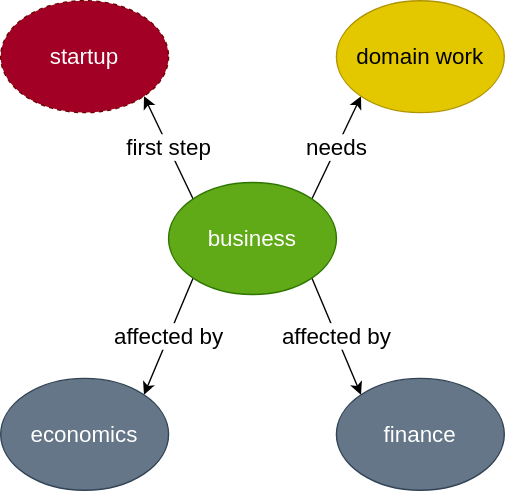
Before: assets/business_pillars.drawio.svg, a diagram exported from draw.io (sanjar-notes/companies). Source tidied: cells renumbered, new cells last; positions are measured from the earlier drawing's top-left corner, leaving out a move shared by most shapes. Source of this version:
```xml
<mxGraphModel>
  <root>
    <mxCell id="0" />
    <mxCell id="1" parent="0" />
    <mxCell id="2" value="first step" style="rounded=0;jettySize=auto;html=1;exitX=0;exitY=0;exitDx=0;exitDy=0;entryX=1;entryY=1;entryDx=0;entryDy=0;fontSize=16;" parent="1" edge="1" source="6" target="9">
      <mxGeometry relative="1" as="geometry" />
    </mxCell>
    <mxCell id="3" value="affected by&lt;br&gt;" style="rounded=0;jettySize=auto;html=1;exitX=0;exitY=1;exitDx=0;exitDy=0;entryX=1;entryY=0;entryDx=0;entryDy=0;fontSize=16;" parent="1" edge="1" source="6" target="7">
      <mxGeometry relative="1" as="geometry" />
    </mxCell>
    <mxCell id="4" value="affected by" style="rounded=0;jettySize=auto;html=1;exitX=1;exitY=1;exitDx=0;exitDy=0;entryX=0;entryY=0;entryDx=0;entryDy=0;fontSize=16;" parent="1" edge="1" source="6" target="8">
      <mxGeometry relative="1" as="geometry" />
    </mxCell>
    <mxCell id="5" value="needs" style="rounded=0;jettySize=auto;html=1;exitX=1;exitY=0;exitDx=0;exitDy=0;entryX=0;entryY=1;entryDx=0;entryDy=0;fontSize=16;" parent="1" edge="1" source="6" target="10">
      <mxGeometry relative="1" as="geometry" />
    </mxCell>
    <mxCell id="6" value="&lt;font style=&quot;font-size: 16px&quot;&gt;business&lt;/font&gt;" style="ellipse;whiteSpace=wrap;html=1;fillColor=#60a917;strokeColor=#2D7600;fontColor=#ffffff;" parent="1" vertex="1">
      <mxGeometry x="120" y="130" width="120" height="80" as="geometry" />
    </mxCell>
    <mxCell id="7" value="economics" style="ellipse;whiteSpace=wrap;html=1;fontSize=16;fillColor=#647687;strokeColor=#314354;fontColor=#ffffff;" parent="1" vertex="1">
      <mxGeometry y="270" width="120" height="80" as="geometry" />
    </mxCell>
    <mxCell id="8" value="finance" style="ellipse;whiteSpace=wrap;html=1;fontSize=16;fillColor=#647687;strokeColor=#314354;fontColor=#ffffff;" parent="1" vertex="1">
      <mxGeometry x="240" y="270" width="120" height="80" as="geometry" />
    </mxCell>
    <mxCell id="9" value="startup" style="ellipse;whiteSpace=wrap;html=1;fontSize=16;fillColor=#a20025;strokeColor=#6F0000;dashed=1;fontColor=#ffffff;" parent="1" vertex="1">
      <mxGeometry width="120" height="80" as="geometry" />
    </mxCell>
    <mxCell id="10" value="domain work" style="ellipse;whiteSpace=wrap;html=1;fontSize=16;fillColor=#e3c800;strokeColor=#B09500;fontColor=#000000;" parent="1" vertex="1">
      <mxGeometry x="240" width="120" height="80" as="geometry" />
    </mxCell>
  </root>
</mxGraphModel>
```
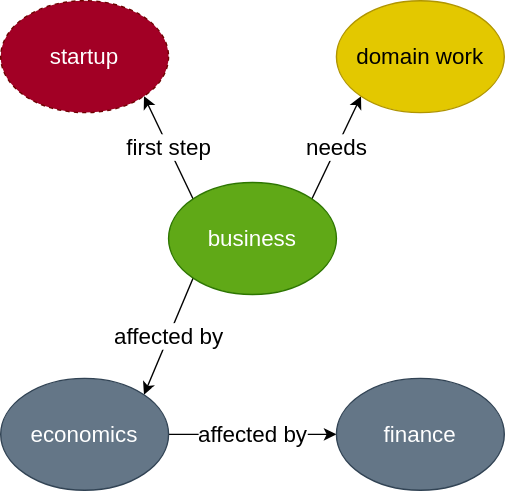
The same diagram one commit later.

Commit message:
Make diagram more accurate

Change to the diagram source:
```diff
@@ -8,7 +8,7 @@
     <mxCell id="3" value="affected by&lt;br&gt;" style="rounded=0;jettySize=auto;html=1;exitX=0;exitY=1;exitDx=0;exitDy=0;entryX=1;entryY=0;entryDx=0;entryDy=0;fontSize=16;" parent="1" edge="1" source="6" target="7">
       <mxGeometry relative="1" as="geometry" />
     </mxCell>
-    <mxCell id="4" value="affected by" style="rounded=0;jettySize=auto;html=1;exitX=1;exitY=1;exitDx=0;exitDy=0;entryX=0;entryY=0;entryDx=0;entryDy=0;fontSize=16;" parent="1" edge="1" source="6" target="8">
+    <mxCell id="4" value="affected by" style="rounded=0;jettySize=auto;html=1;exitX=1;exitY=0.5;exitDx=0;exitDy=0;entryX=0;entryY=0.5;entryDx=0;entryDy=0;fontSize=16;" parent="1" edge="1" source="7" target="8">
       <mxGeometry relative="1" as="geometry" />
     </mxCell>
     <mxCell id="5" value="needs" style="rounded=0;jettySize=auto;html=1;exitX=1;exitY=0;exitDx=0;exitDy=0;entryX=0;entryY=1;entryDx=0;entryDy=0;fontSize=16;" parent="1" edge="1" source="6" target="10">
```
